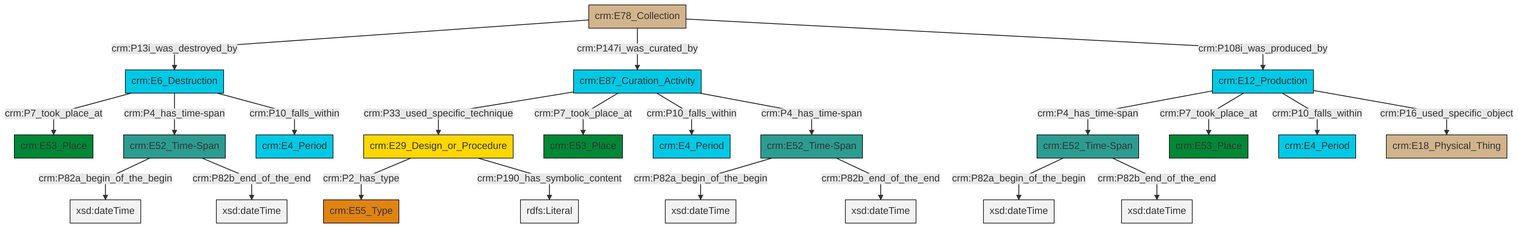
Above: et/archivalCSV/ttl/mmd/png/archival_existence.png in swiss-art-research-net/docs.swissartresearch (Mermaid), before the change. Its source is kept beside it as et/archivalCSV/ttl/mmd/archival_existence.ttl.mmd.
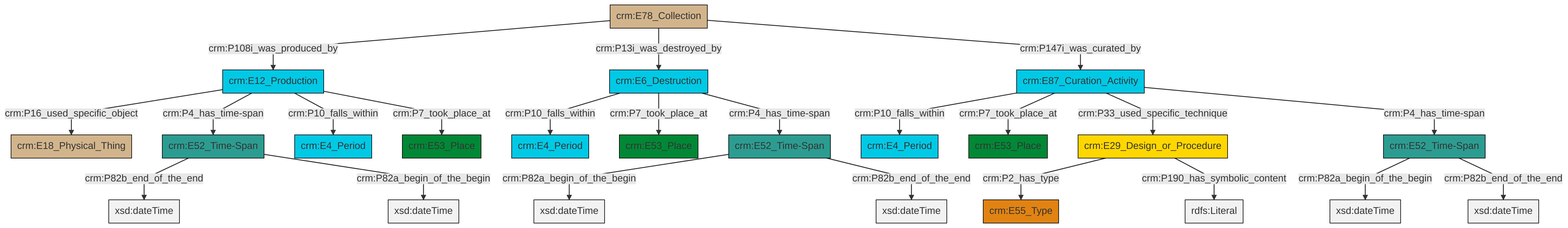
Later version of the same file.

What changed in the source:
```diff
@@ -13,25 +13,25 @@
 classDef PC_Classes fill:#4ce600, stroke:#000000;
 classDef Multi fill:#cccccc,stroke:#000000;
 
-2["crm:E6_Destruction"]:::Temporal_Entity -->|crm:P7_took_place_at| 3["crm:E53_Place"]:::Place
-6["crm:E52_Time-Span"]:::Time-Span -->|crm:P82a_begin_of_the_begin| 7[xsd:dateTime]:::Literal
-8["crm:E87_Curation_Activity"]:::Temporal_Entity -->|crm:P33_used_specific_technique| 9["crm:E29_Design_or_Procedure"]:::Conceptual_Object
-0["crm:E12_Production"]:::Temporal_Entity -->|crm:P4_has_time-span| 6["crm:E52_Time-Span"]:::Time-Span
-10["crm:E52_Time-Span"]:::Time-Span -->|crm:P82a_begin_of_the_begin| 11[xsd:dateTime]:::Literal
-13["crm:E52_Time-Span"]:::Time-Span -->|crm:P82a_begin_of_the_begin| 14[xsd:dateTime]:::Literal
-2["crm:E6_Destruction"]:::Temporal_Entity -->|crm:P4_has_time-span| 13["crm:E52_Time-Span"]:::Time-Span
-8["crm:E87_Curation_Activity"]:::Temporal_Entity -->|crm:P7_took_place_at| 4["crm:E53_Place"]:::Place
-9["crm:E29_Design_or_Procedure"]:::Conceptual_Object -->|crm:P2_has_type| 15["crm:E55_Type"]:::Type
-9["crm:E29_Design_or_Procedure"]:::Conceptual_Object -->|crm:P190_has_symbolic_content| 18[rdfs:Literal]:::Literal
-0["crm:E12_Production"]:::Temporal_Entity -->|crm:P7_took_place_at| 21["crm:E53_Place"]:::Place
-16["crm:E78_Collection"]:::Physical_Thing -->|crm:P13i_was_destroyed_by| 2["crm:E6_Destruction"]:::Temporal_Entity
-13["crm:E52_Time-Span"]:::Time-Span -->|crm:P82b_end_of_the_end| 22[xsd:dateTime]:::Literal
-8["crm:E87_Curation_Activity"]:::Temporal_Entity -->|crm:P10_falls_within| 26["crm:E4_Period"]:::Temporal_Entity
-16["crm:E78_Collection"]:::Physical_Thing -->|crm:P147i_was_curated_by| 8["crm:E87_Curation_Activity"]:::Temporal_Entity
-8["crm:E87_Curation_Activity"]:::Temporal_Entity -->|crm:P4_has_time-span| 10["crm:E52_Time-Span"]:::Time-Span
-6["crm:E52_Time-Span"]:::Time-Span -->|crm:P82b_end_of_the_end| 33[xsd:dateTime]:::Literal
-0["crm:E12_Production"]:::Temporal_Entity -->|crm:P10_falls_within| 29["crm:E4_Period"]:::Temporal_Entity
-2["crm:E6_Destruction"]:::Temporal_Entity -->|crm:P10_falls_within| 34["crm:E4_Period"]:::Temporal_Entity
-10["crm:E52_Time-Span"]:::Time-Span -->|crm:P82b_end_of_the_end| 37[xsd:dateTime]:::Literal
-16["crm:E78_Collection"]:::Physical_Thing -->|crm:P108i_was_produced_by| 0["crm:E12_Production"]:::Temporal_Entity
-0["crm:E12_Production"]:::Temporal_Entity -->|crm:P16_used_specific_object| 23["crm:E18_Physical_Thing"]:::Physical_Thing
+4["crm:E87_Curation_Activity"]:::Temporal_Entity -->|crm:P10_falls_within| 0["crm:E4_Period"]:::Temporal_Entity
+5["crm:E29_Design_or_Procedure"]:::Conceptual_Object -->|crm:P2_has_type| 6["crm:E55_Type"]:::Type
+2["crm:E6_Destruction"]:::Temporal_Entity -->|crm:P10_falls_within| 7["crm:E4_Period"]:::Temporal_Entity
+10["crm:E78_Collection"]:::Physical_Thing -->|crm:P108i_was_produced_by| 11["crm:E12_Production"]:::Temporal_Entity
+11["crm:E12_Production"]:::Temporal_Entity -->|crm:P16_used_specific_object| 15["crm:E18_Physical_Thing"]:::Physical_Thing
+16["crm:E52_Time-Span"]:::Time-Span -->|crm:P82a_begin_of_the_begin| 17[xsd:dateTime]:::Literal
+13["crm:E52_Time-Span"]:::Time-Span -->|crm:P82b_end_of_the_end| 18[xsd:dateTime]:::Literal
+4["crm:E87_Curation_Activity"]:::Temporal_Entity -->|crm:P7_took_place_at| 19["crm:E53_Place"]:::Place
+11["crm:E12_Production"]:::Temporal_Entity -->|crm:P4_has_time-span| 13["crm:E52_Time-Span"]:::Time-Span
+13["crm:E52_Time-Span"]:::Time-Span -->|crm:P82a_begin_of_the_begin| 22[xsd:dateTime]:::Literal
+5["crm:E29_Design_or_Procedure"]:::Conceptual_Object -->|crm:P190_has_symbolic_content| 23[rdfs:Literal]:::Literal
+10["crm:E78_Collection"]:::Physical_Thing -->|crm:P13i_was_destroyed_by| 2["crm:E6_Destruction"]:::Temporal_Entity
+11["crm:E12_Production"]:::Temporal_Entity -->|crm:P10_falls_within| 26["crm:E4_Period"]:::Temporal_Entity
+11["crm:E12_Production"]:::Temporal_Entity -->|crm:P7_took_place_at| 30["crm:E53_Place"]:::Place
+2["crm:E6_Destruction"]:::Temporal_Entity -->|crm:P7_took_place_at| 20["crm:E53_Place"]:::Place
+4["crm:E87_Curation_Activity"]:::Temporal_Entity -->|crm:P33_used_specific_technique| 5["crm:E29_Design_or_Procedure"]:::Conceptual_Object
+10["crm:E78_Collection"]:::Physical_Thing -->|crm:P147i_was_curated_by| 4["crm:E87_Curation_Activity"]:::Temporal_Entity
+4["crm:E87_Curation_Activity"]:::Temporal_Entity -->|crm:P4_has_time-span| 8["crm:E52_Time-Span"]:::Time-Span
+8["crm:E52_Time-Span"]:::Time-Span -->|crm:P82a_begin_of_the_begin| 36[xsd:dateTime]:::Literal
+8["crm:E52_Time-Span"]:::Time-Span -->|crm:P82b_end_of_the_end| 37[xsd:dateTime]:::Literal
+16["crm:E52_Time-Span"]:::Time-Span -->|crm:P82b_end_of_the_end| 38[xsd:dateTime]:::Literal
+2["crm:E6_Destruction"]:::Temporal_Entity -->|crm:P4_has_time-span| 16["crm:E52_Time-Span"]:::Time-Span
```
